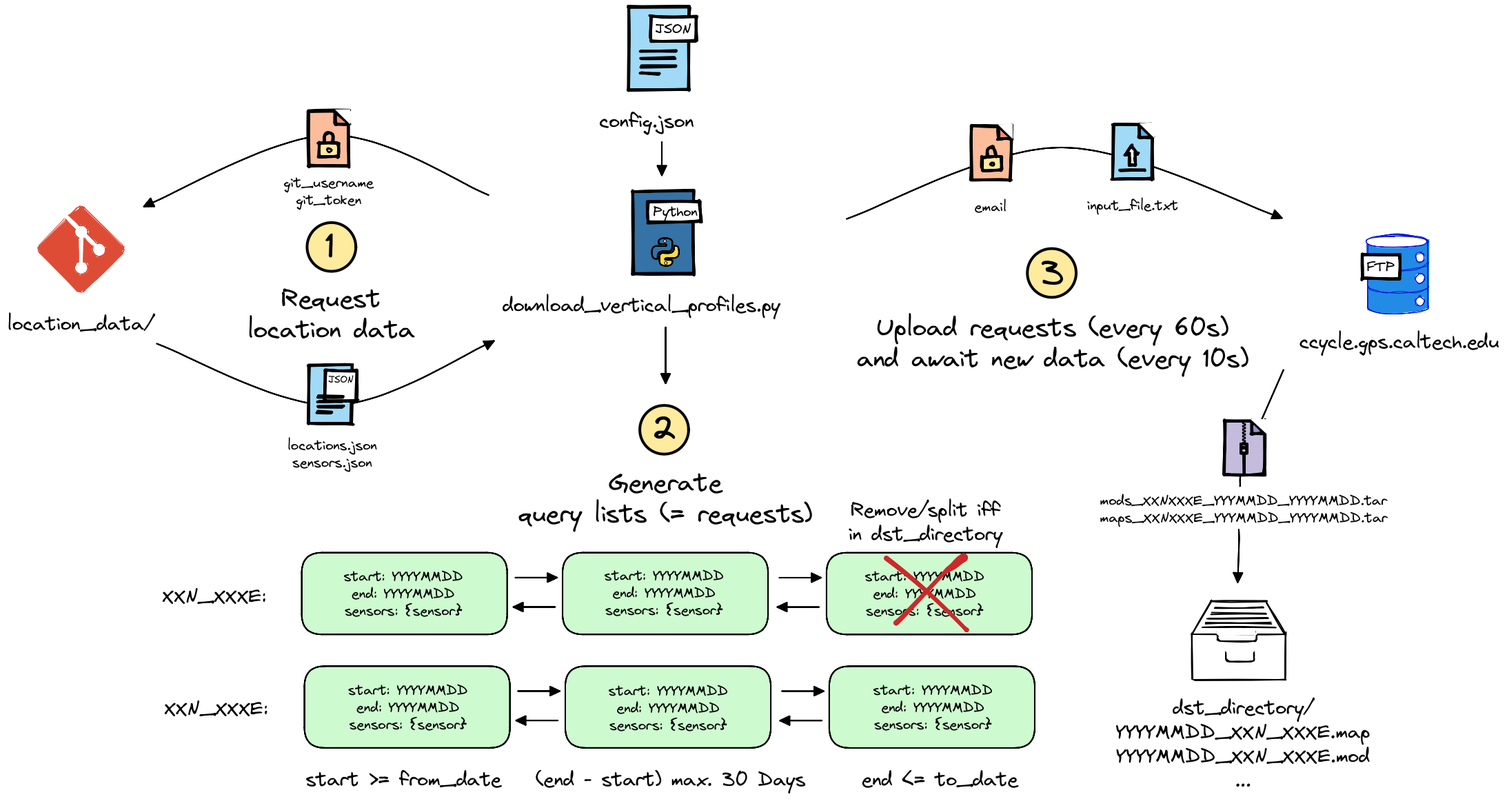
Above: docs/architecture.excalidraw.png in tum-esm/em27-retrieval-pipeline (Excalidraw), before the change. Source tidied: one line per element, renumbered; positions are measured from the earlier drawing's top-left corner, leaving out a move shared by most shapes.
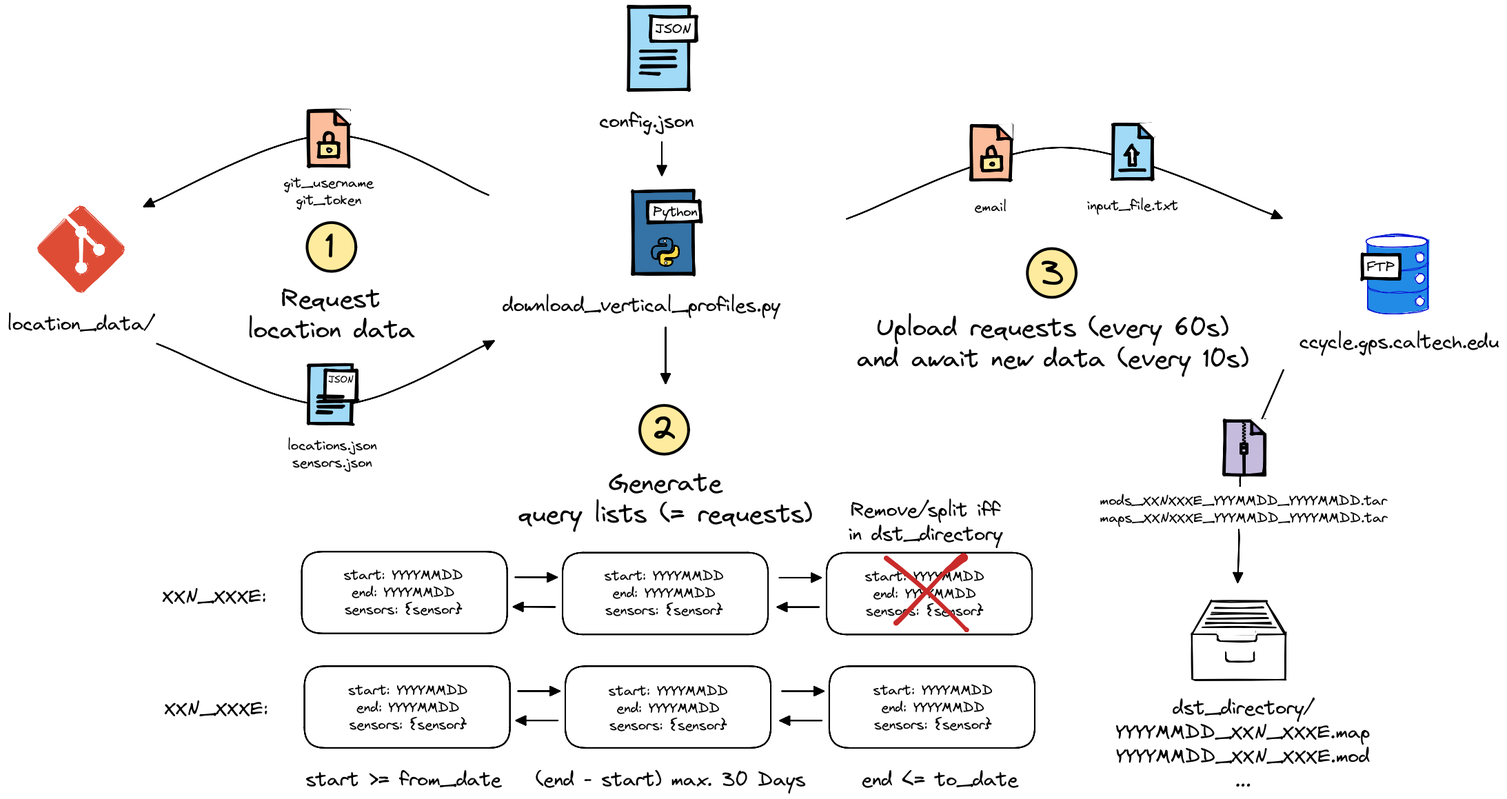
Later version of the same file.

What changed in the source:
```diff
@@ -106,24 +106,24 @@
 {"id": 105, "type": "ellipse", "strokeColor": "#000000", "backgroundColor": "#feeb9e", "fillStyle": "solid", "strokeWidth": 4, "roughness": 0, "x": 918, "y": 578, "width": 71, "height": 71}
 {"id": 106, "type": "text", "text": "2", "strokeColor": "#000000", "strokeWidth": 4, "roughness": 0, "fontSize": 50.12, "fontFamily": 1, "x": 936, "y": 581, "width": 38, "height": 63}
 {"id": 107, "type": "text", "text": "Generate\nquery lists (= requests)", "strokeColor": "#000000", "strokeWidth": 2, "roughness": 1, "fontSize": 36, "fontFamily": 1, "textAlign": "center", "x": 741, "y": 668, "width": 429, "height": 90}
-{"id": 108, "type": "rectangle", "strokeColor": "#000000", "backgroundColor": "#cefad0", "fillStyle": "solid", "strokeWidth": 2, "roughness": 0, "x": 428, "y": 792, "width": 298, "height": 119}
+{"id": 108, "type": "rectangle", "strokeColor": "#000000", "strokeWidth": 2, "roughness": 0, "x": 428, "y": 790, "width": 298, "height": 119}
-{"id": 109, "type": "text", "text": "start: YYYYMMDD\nend: YYYYMMDD\nsensors: {sensor}", "strokeColor": "#000000", "backgroundColor": "#fff", "fillStyle": "hachure", "strokeWidth": 2, "roughness": 0, "fontSize": 20, "fontFamily": 1, "textAlign": "center", "x": 488, "y": 813, "width": 174, "height": 75}
+{"id": 109, "type": "text", "text": "start: YYYYMMDD\nend: YYYYMMDD\nsensors: {sensor}", "strokeColor": "#000000", "strokeWidth": 2, "roughness": 0, "fontSize": 20, "fontFamily": 1, "textAlign": "center", "x": 488, "y": 812, "width": 174, "height": 75}
-{"id": 110, "type": "rectangle", "strokeColor": "#000000", "backgroundColor": "#cefad0", "fillStyle": "solid", "strokeWidth": 2, "roughness": 0, "x": 806, "y": 792, "width": 298, "height": 119}
+{"id": 110, "type": "rectangle", "strokeColor": "#000000", "strokeWidth": 2, "roughness": 0, "x": 806, "y": 792, "width": 298, "height": 119}
-{"id": 111, "type": "text", "text": "start: YYYYMMDD\nend: YYYYMMDD\nsensors: {sensor}", "strokeColor": "#000000", "backgroundColor": "#cefad0", "fillStyle": "hachure", "strokeWidth": 2, "roughness": 0, "fontSize": 20, "fontFamily": 1, "textAlign": "center", "x": 867, "y": 812, "width": 174, "height": 75}
+{"id": 111, "type": "text", "text": "start: YYYYMMDD\nend: YYYYMMDD\nsensors: {sensor}", "strokeColor": "#000000", "strokeWidth": 2, "roughness": 0, "fontSize": 20, "fontFamily": 1, "textAlign": "center", "x": 867, "y": 812, "width": 174, "height": 75}
-{"id": 112, "type": "arrow", "strokeColor": "#000", "backgroundColor": "#fff", "fillStyle": "solid", "strokeWidth": 2, "roughness": 0, "endArrowhead": "triangle", "from": 108, "to": 110, "x": 737, "y": 828, "width": 60, "height": 0, "points": [[0, 0], [60, 0]]}
+{"id": 112, "type": "arrow", "strokeColor": "#000", "backgroundColor": "#fff", "fillStyle": "solid", "strokeWidth": 2, "roughness": 0, "endArrowhead": "triangle", "from": 108, "to": 110, "x": 737, "y": 827, "width": 60, "height": 0, "points": [[0, 0], [60, 0]]}
 {"id": 113, "type": "arrow", "strokeColor": "#000", "backgroundColor": "#fff", "fillStyle": "solid", "strokeWidth": 2, "roughness": 0, "endArrowhead": "triangle", "from": 110, "to": 108, "x": 795, "y": 870, "width": 60, "height": 0, "points": [[0, 0], [-60, 0]]}
-{"id": 114, "type": "rectangle", "strokeColor": "#000000", "backgroundColor": "#cefad0", "fillStyle": "solid", "strokeWidth": 2, "roughness": 0, "x": 1189, "y": 792, "width": 298, "height": 119}
+{"id": 114, "type": "rectangle", "strokeColor": "#000000", "strokeWidth": 2, "roughness": 0, "x": 1189, "y": 792, "width": 298, "height": 119}
-{"id": 115, "type": "text", "text": "start: YYYYMMDD\nend: YYYYMMDD\nsensors: {sensor}", "strokeColor": "#000000", "backgroundColor": "#cefad0", "fillStyle": "hachure", "strokeWidth": 2, "roughness": 0, "fontSize": 20, "fontFamily": 1, "textAlign": "center", "x": 1245, "y": 814, "width": 174, "height": 75}
+{"id": 115, "type": "text", "text": "start: YYYYMMDD\nend: YYYYMMDD\nsensors: {sensor}", "strokeColor": "#000000", "strokeWidth": 2, "roughness": 0, "fontSize": 20, "fontFamily": 1, "textAlign": "center", "x": 1245, "y": 814, "width": 174, "height": 75}
 {"id": 116, "type": "arrow", "strokeColor": "#000", "backgroundColor": "#fff", "fillStyle": "solid", "strokeWidth": 2, "roughness": 0, "endArrowhead": "triangle", "from": 110, "to": 114, "x": 1120, "y": 828, "width": 60, "height": 0, "points": [[0, 0], [60, 0]]}
 {"id": 117, "type": "arrow", "strokeColor": "#000", "backgroundColor": "#fff", "fillStyle": "solid", "strokeWidth": 2, "roughness": 0, "endArrowhead": "triangle", "from": 114, "to": 110, "x": 1178, "y": 871, "width": 60, "height": 0, "points": [[0, 0], [-60, 0]]}
-{"id": 118, "type": "rectangle", "strokeColor": "#000000", "backgroundColor": "#cefad0", "fillStyle": "solid", "strokeWidth": 2, "roughness": 0, "x": 432, "y": 956, "width": 298, "height": 119}
+{"id": 118, "type": "rectangle", "strokeColor": "#000000", "strokeWidth": 2, "roughness": 0, "x": 432, "y": 956, "width": 298, "height": 119}
-{"id": 119, "type": "text", "text": "start: YYYYMMDD\nend: YYYYMMDD\nsensors: {sensor}", "strokeColor": "#000000", "backgroundColor": "#cefad0", "fillStyle": "hachure", "strokeWidth": 2, "roughness": 0, "fontSize": 20, "fontFamily": 1, "textAlign": "center", "x": 495, "y": 978, "width": 174, "height": 75}
+{"id": 119, "type": "text", "text": "start: YYYYMMDD\nend: YYYYMMDD\nsensors: {sensor}", "strokeColor": "#000000", "strokeWidth": 2, "roughness": 0, "fontSize": 20, "fontFamily": 1, "textAlign": "center", "x": 495, "y": 978, "width": 174, "height": 75}
-{"id": 120, "type": "rectangle", "strokeColor": "#000000", "backgroundColor": "#cefad0", "fillStyle": "solid", "strokeWidth": 2, "roughness": 0, "x": 810, "y": 956, "width": 298, "height": 119}
+{"id": 120, "type": "rectangle", "strokeColor": "#000000", "strokeWidth": 2, "roughness": 0, "x": 810, "y": 956, "width": 298, "height": 119}
-{"id": 121, "type": "text", "text": "start: YYYYMMDD\nend: YYYYMMDD\nsensors: {sensor}", "strokeColor": "#000000", "backgroundColor": "#cefad0", "fillStyle": "hachure", "strokeWidth": 2, "roughness": 0, "fontSize": 20, "fontFamily": 1, "textAlign": "center", "x": 873, "y": 979, "width": 174, "height": 75}
+{"id": 121, "type": "text", "text": "start: YYYYMMDD\nend: YYYYMMDD\nsensors: {sensor}", "strokeColor": "#000000", "strokeWidth": 2, "roughness": 0, "fontSize": 20, "fontFamily": 1, "textAlign": "center", "x": 873, "y": 979, "width": 174, "height": 75}
 {"id": 122, "type": "arrow", "strokeColor": "#000", "backgroundColor": "#fff", "fillStyle": "solid", "strokeWidth": 2, "roughness": 0, "endArrowhead": "triangle", "from": 118, "to": 120, "x": 741, "y": 992, "width": 60, "height": 0, "points": [[0, 0], [60, 0]]}
 {"id": 123, "type": "arrow", "strokeColor": "#000", "backgroundColor": "#fff", "fillStyle": "solid", "strokeWidth": 2, "roughness": 0, "endArrowhead": "triangle", "from": 120, "to": 118, "x": 799, "y": 1035, "width": 60, "height": 0, "points": [[0, 0], [-60, 0]]}
-{"id": 124, "type": "rectangle", "strokeColor": "#000000", "backgroundColor": "#cefad0", "fillStyle": "solid", "strokeWidth": 2, "roughness": 0, "x": 1193, "y": 956, "width": 298, "height": 119}
+{"id": 124, "type": "rectangle", "strokeColor": "#000000", "strokeWidth": 2, "roughness": 0, "x": 1193, "y": 956, "width": 298, "height": 119}
-{"id": 125, "type": "text", "text": "start: YYYYMMDD\nend: YYYYMMDD\nsensors: {sensor}", "strokeColor": "#000000", "backgroundColor": "#cefad0", "fillStyle": "hachure", "strokeWidth": 2, "roughness": 0, "fontSize": 20, "fontFamily": 1, "textAlign": "center", "x": 1256, "y": 978, "width": 174, "height": 75}
+{"id": 125, "type": "text", "text": "start: YYYYMMDD\nend: YYYYMMDD\nsensors: {sensor}", "strokeColor": "#000000", "strokeWidth": 2, "roughness": 0, "fontSize": 20, "fontFamily": 1, "textAlign": "center", "x": 1256, "y": 978, "width": 174, "height": 75}
 {"id": 126, "type": "arrow", "strokeColor": "#000", "backgroundColor": "#fff", "fillStyle": "solid", "strokeWidth": 2, "roughness": 0, "endArrowhead": "triangle", "from": 120, "to": 124, "x": 1124, "y": 993, "width": 60, "height": 0, "points": [[0, 0], [60, 0]]}
 {"id": 127, "type": "arrow", "strokeColor": "#000", "backgroundColor": "#fff", "fillStyle": "solid", "strokeWidth": 2, "roughness": 0, "endArrowhead": "triangle", "from": 124, "to": 120, "x": 1182, "y": 1035, "width": 60, "height": 0, "points": [[0, 0], [-60, 0]]}
 {"id": 128, "type": "text", "text": "XXN_XXXE:", "strokeColor": "#000000", "strokeWidth": 2, "roughness": 0, "fontSize": 28, "fontFamily": 1, "textAlign": "center", "x": 227, "y": 1001, "width": 153, "height": 35}
```
